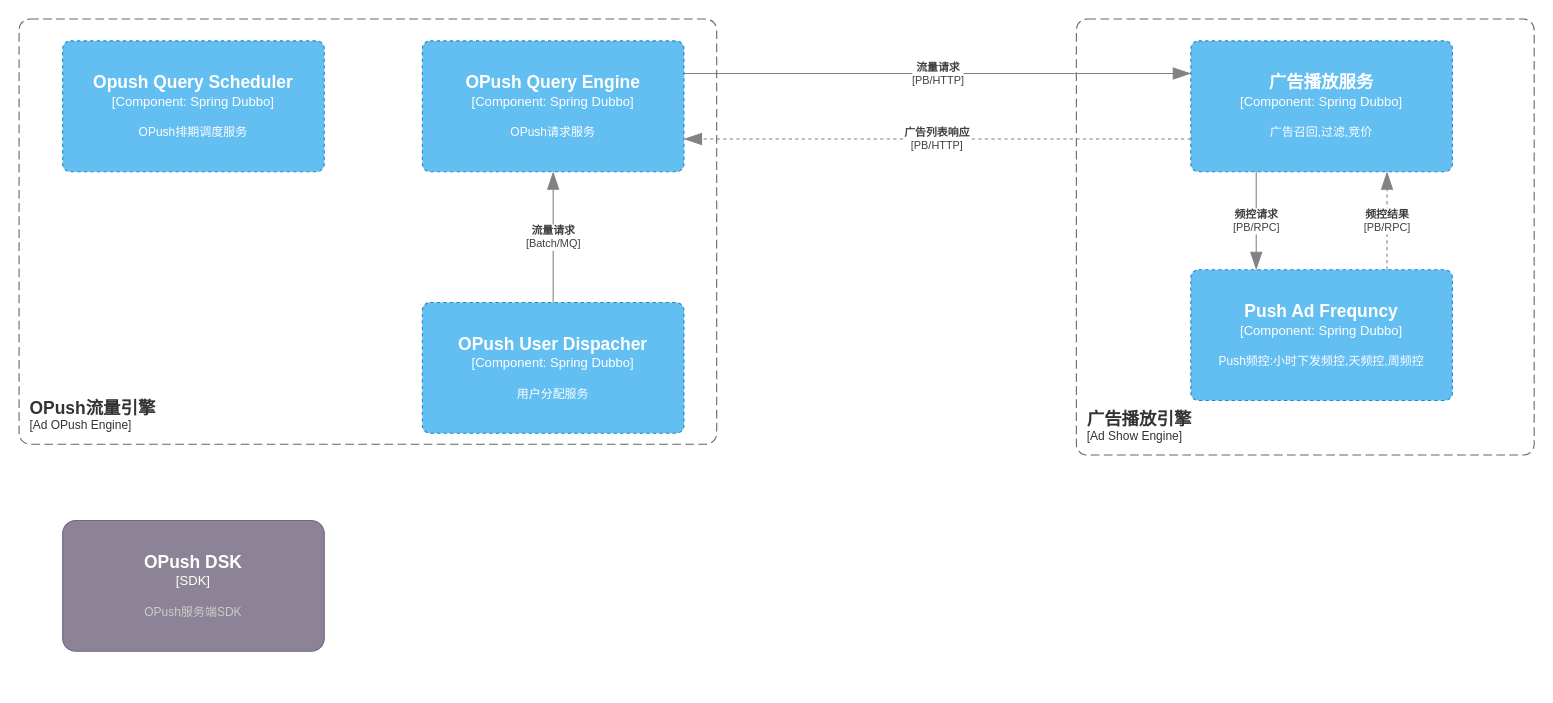
Above: page "Container Push Ad Engine" (2 of 6) of universal-engine/OPush.drawio in karlchan-cn/drawio-repository (draw.io), before the change. Source tidied: cells renumbered, new cells numbered last; positions are measured from the earlier drawing's top-left corner, leaving out a move shared by most shapes. Both pictures are drawn from the tidied source at 109%, with x=0, y=0 at pixel (19, 19).
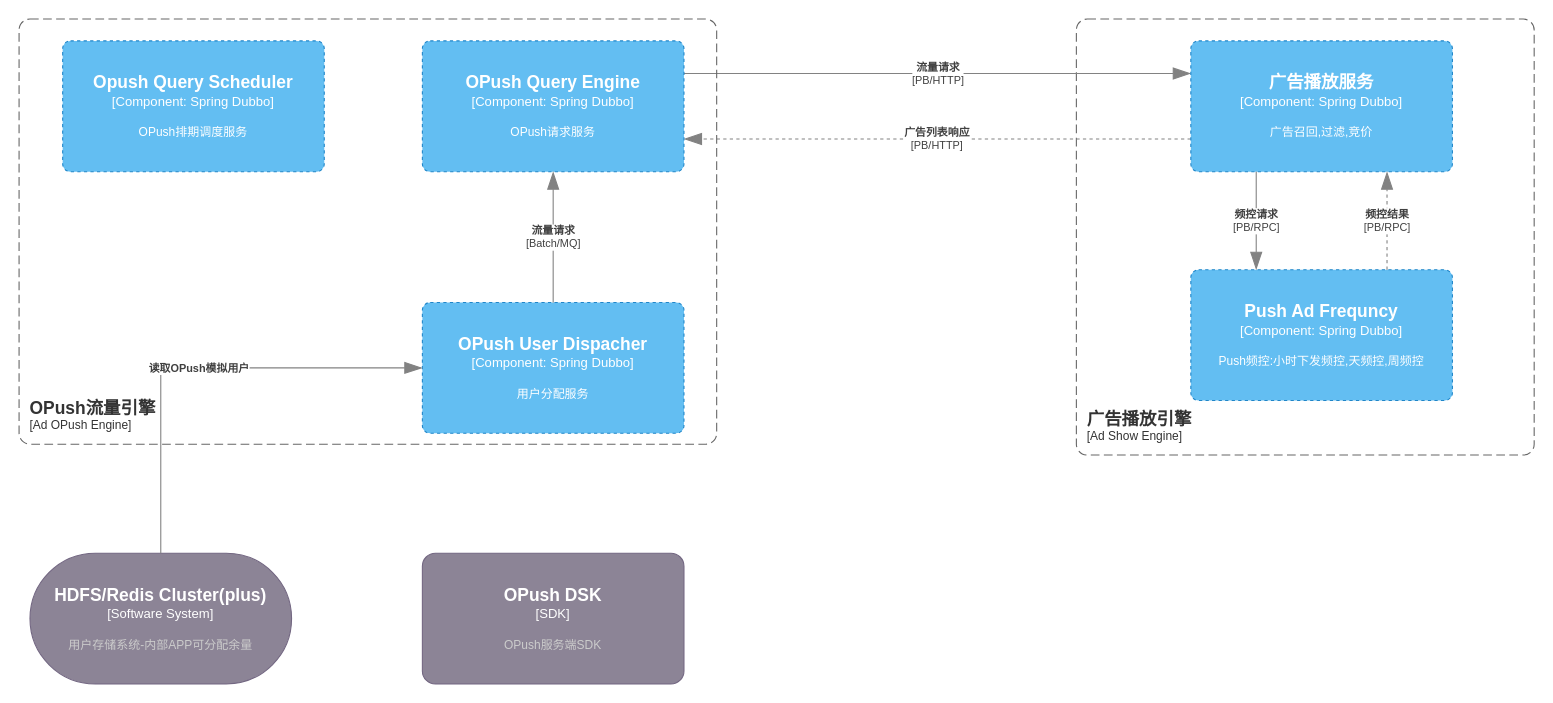
Above is the later version.

The change refers to these unchanged cells:
```xml
<object id="8" label="&lt;font style=&quot;font-size: 16px&quot;&gt;&lt;b&gt;%c4Name%&lt;/b&gt;&lt;/font&gt;&lt;div&gt;[%c4Type%: %c4Technology%]&lt;/div&gt;&lt;br&gt;&lt;div&gt;&lt;font style=&quot;font-size: 11px&quot;&gt;%c4Description%&lt;/font&gt;&lt;/div&gt;" c4Description="用户分配服务" c4Name="OPush User Dispacher" c4Technology="Spring Dubbo" c4Type="Component" placeholders="1">
  <mxCell style="rounded=1;whiteSpace=wrap;html=1;labelBackgroundColor=none;fillColor=#63BEF2;fontColor=#ffffff;align=center;arcSize=6;strokeColor=#2086C9;points=[[0.25,0,0],[0.5,0,0],[0.75,0,0],[1,0.25,0],[1,0.5,0],[1,0.75,0],[0.75,1,0],[0.5,1,0],[0.25,1,0],[0,0.75,0],[0,0.5,0],[0,0.25,0]];dashed=1;" parent="1" vertex="1">
    <mxGeometry x="370" y="260" width="240" height="120" as="geometry" />
  </mxCell>
</object>
```

What changed in the source:
```diff
@@
     <object id="13" label="&lt;font style=&quot;font-size: 16px&quot;&gt;&lt;b&gt;%c4Name%&lt;/b&gt;&lt;/font&gt;&lt;div&gt;[%c4Type%]&lt;/div&gt;&lt;br&gt;&lt;div&gt;&lt;font style=&quot;font-size: 11px&quot;&gt;&lt;font color=&quot;#cccccc&quot;&gt;%c4Description%&lt;/font&gt;&lt;/div&gt;" c4Description="OPush服务端SDK" c4Name="OPush DSK" c4Type="SDK" placeholders="1">
       <mxCell style="rounded=1;whiteSpace=wrap;html=1;labelBackgroundColor=none;fillColor=#8C8496;fontColor=#ffffff;align=center;arcSize=10;strokeColor=#736782;" parent="1" vertex="1">
-        <mxGeometry x="40" y="460" width="240" height="120" as="geometry" />
+        <mxGeometry x="370" y="490" width="240" height="120" as="geometry" />
       </mxCell>
     </object>
@@
+    <object id="15" label="&lt;font style=&quot;font-size: 16px&quot;&gt;&lt;b&gt;%c4Name%&lt;/b&gt;&lt;/font&gt;&lt;div&gt;[%c4Type%]&lt;/div&gt;&lt;br&gt;&lt;div&gt;&lt;font style=&quot;font-size: 11px&quot;&gt;&lt;font color=&quot;#cccccc&quot;&gt;%c4Description%&lt;/font&gt;&lt;/div&gt;" c4Description="用户存储系统-内部APP可分配余量" c4Name="HDFS/Redis Cluster(plus)" c4Type="Software System" placeholders="1">
+      <mxCell style="rounded=1;whiteSpace=wrap;html=1;labelBackgroundColor=none;fillColor=#8C8496;fontColor=#ffffff;align=center;arcSize=50;strokeColor=#736782;points=[[0.25,0,0],[0.5,0,0],[0.75,0,0],[1,0.25,0],[1,0.5,0],[1,0.75,0],[0.75,1,0],[0.5,1,0],[0.25,1,0],[0,0.75,0],[0,0.5,0],[0,0.25,0]];" parent="1" vertex="1">
+        <mxGeometry x="10" y="490" width="240" height="120" as="geometry" />
+      </mxCell>
+    </object>
+    <object id="16" label="&lt;div style=&quot;text-align: left&quot;&gt;&lt;div style=&quot;text-align: center&quot;&gt;&lt;b&gt;%c4Description%&lt;/b&gt;&lt;/div&gt;" c4Description="读取OPush模拟用户" placeholders="1">
+      <mxCell style="endArrow=blockThin;html=1;fontSize=10;fontColor=#404040;strokeWidth=1;endFill=1;strokeColor=#828282;elbow=vertical;endSize=14;startSize=14;jumpStyle=arc;jumpSize=16;rounded=0;edgeStyle=orthogonalEdgeStyle;entryX=0;entryY=0.5;entryDx=0;entryDy=0;entryPerimeter=0;exitX=0.5;exitY=0;exitDx=0;exitDy=0;exitPerimeter=0;" parent="1" edge="1" source="15" target="8">
+        <mxGeometry relative="1" as="geometry" />
+      </mxCell>
+    </object>
```
